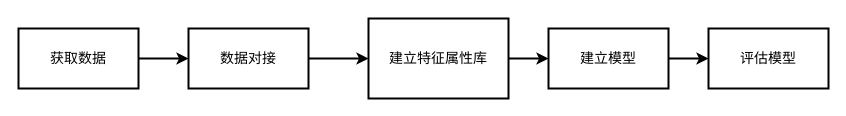
Before: Untitled Diagram.drawio in SixteenTime/aboutSome, a draw.io diagram. Source tidied: cells renumbered, new cells numbered last; positions are measured from the earlier drawing's top-left corner, leaving out a move shared by most shapes. Both pictures are drawn from the tidied source at 100%, with x=0, y=0 at pixel (18, 18).
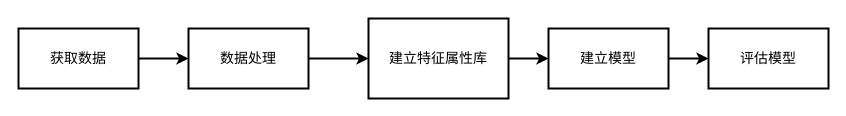
After the change.

What changed in the source:
```diff
@@
 <mxGraphModel>
   <root>
     <mxCell id="0" />
     <mxCell id="1" parent="0" />
     <mxCell id="2" style="edgeStyle=orthogonalEdgeStyle;rounded=0;jettySize=auto;html=1;exitX=1;exitY=0.5;exitDx=0;exitDy=0;entryX=0;entryY=0.5;entryDx=0;entryDy=0;strokeWidth=2;fontSize=14;" parent="1" edge="1" source="3" target="5">
       <mxGeometry relative="1" as="geometry" />
     </mxCell>
     <mxCell id="3" value="获取数据" style="rounded=0;whiteSpace=wrap;html=1;strokeWidth=2;fontSize=14;" parent="1" vertex="1">
       <mxGeometry y="10" width="120" height="60" as="geometry" />
     </mxCell>
     <mxCell id="4" style="edgeStyle=orthogonalEdgeStyle;rounded=0;jettySize=auto;html=1;exitX=1;exitY=0.5;exitDx=0;exitDy=0;entryX=0;entryY=0.5;entryDx=0;entryDy=0;strokeWidth=2;fontSize=14;" parent="1" edge="1" source="5" target="7">
       <mxGeometry relative="1" as="geometry" />
     </mxCell>
-    <mxCell id="5" value="数据对接" style="rounded=0;whiteSpace=wrap;html=1;strokeWidth=2;fontSize=14;" parent="1" vertex="1">
+    <mxCell id="5" value="数据处理" style="rounded=0;whiteSpace=wrap;html=1;strokeWidth=2;fontSize=14;" parent="1" vertex="1">
       <mxGeometry x="170" y="10" width="120" height="60" as="geometry" />
     </mxCell>
     <mxCell id="6" style="edgeStyle=orthogonalEdgeStyle;rounded=0;jettySize=auto;html=1;exitX=1;exitY=0.5;exitDx=0;exitDy=0;entryX=0;entryY=0.5;entryDx=0;entryDy=0;strokeWidth=2;fontSize=14;" parent="1" edge="1" source="7" target="9">
       <mxGeometry relative="1" as="geometry" />
     </mxCell>
     <mxCell id="7" value="建立特征属性库" style="rounded=0;whiteSpace=wrap;html=1;fillColor=none;strokeWidth=2;fontSize=14;" parent="1" vertex="1">
       <mxGeometry x="350" width="140" height="80" as="geometry" />
     </mxCell>
     <mxCell id="8" style="edgeStyle=orthogonalEdgeStyle;rounded=0;jettySize=auto;html=1;exitX=1;exitY=0.5;exitDx=0;exitDy=0;entryX=0;entryY=0.5;entryDx=0;entryDy=0;strokeWidth=2;fontSize=14;" parent="1" edge="1" source="9" target="10">
       <mxGeometry relative="1" as="geometry" />
     </mxCell>
     <mxCell id="9" value="建立模型" style="rounded=0;whiteSpace=wrap;html=1;fillColor=none;strokeWidth=2;fontSize=14;" parent="1" vertex="1">
       <mxGeometry x="530" y="10" width="120" height="60" as="geometry" />
     </mxCell>
     <mxCell id="10" value="评估模型" style="rounded=0;whiteSpace=wrap;html=1;fillColor=none;strokeWidth=2;fontSize=14;" parent="1" vertex="1">
       <mxGeometry x="690" y="10" width="120" height="60" as="geometry" />
     </mxCell>
   </root>
 </mxGraphModel>
```
